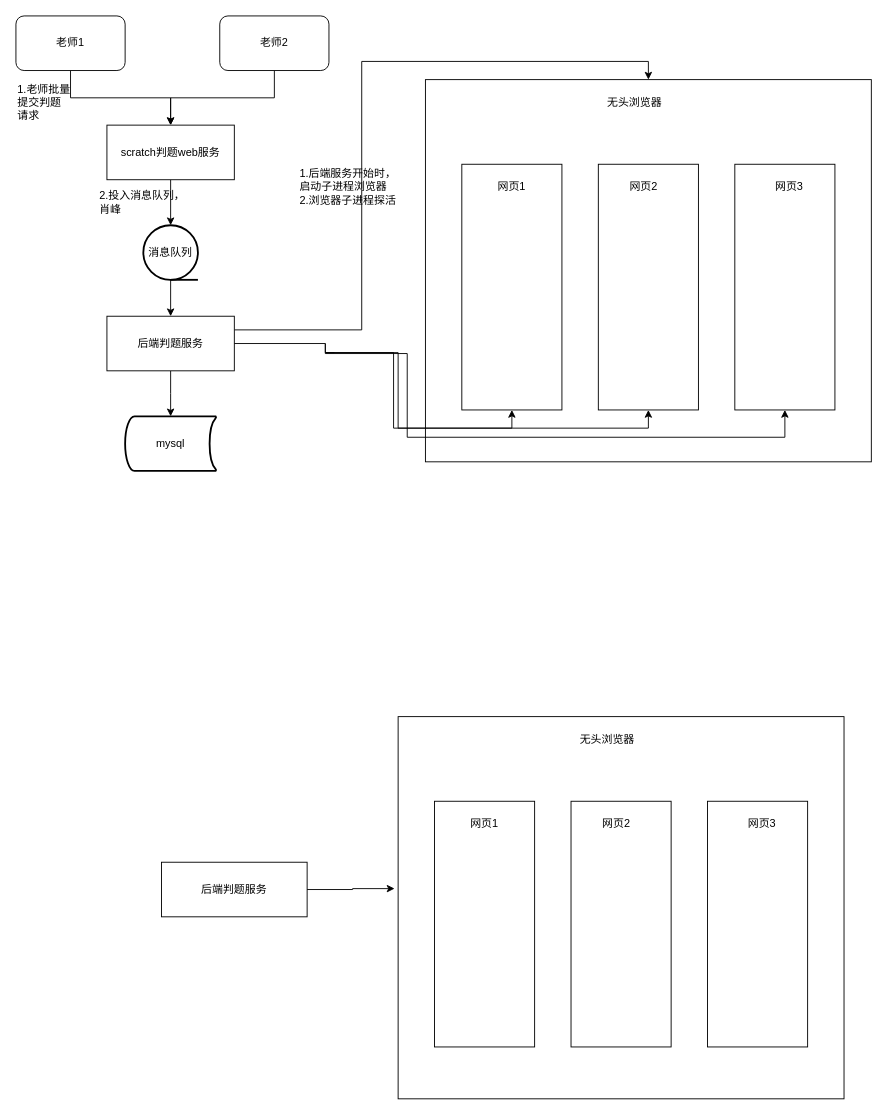
This is scratch后端判题.drawio from xiell2016/hetaoDesign, a draw.io file, before an edit. Source tidied: cells renumbered, new cells numbered last; positions are measured from the earlier drawing's top-left corner, leaving out a move shared by most shapes. Both pictures are drawn from the tidied source at 91%, with x=0, y=0 at pixel (15, 15).
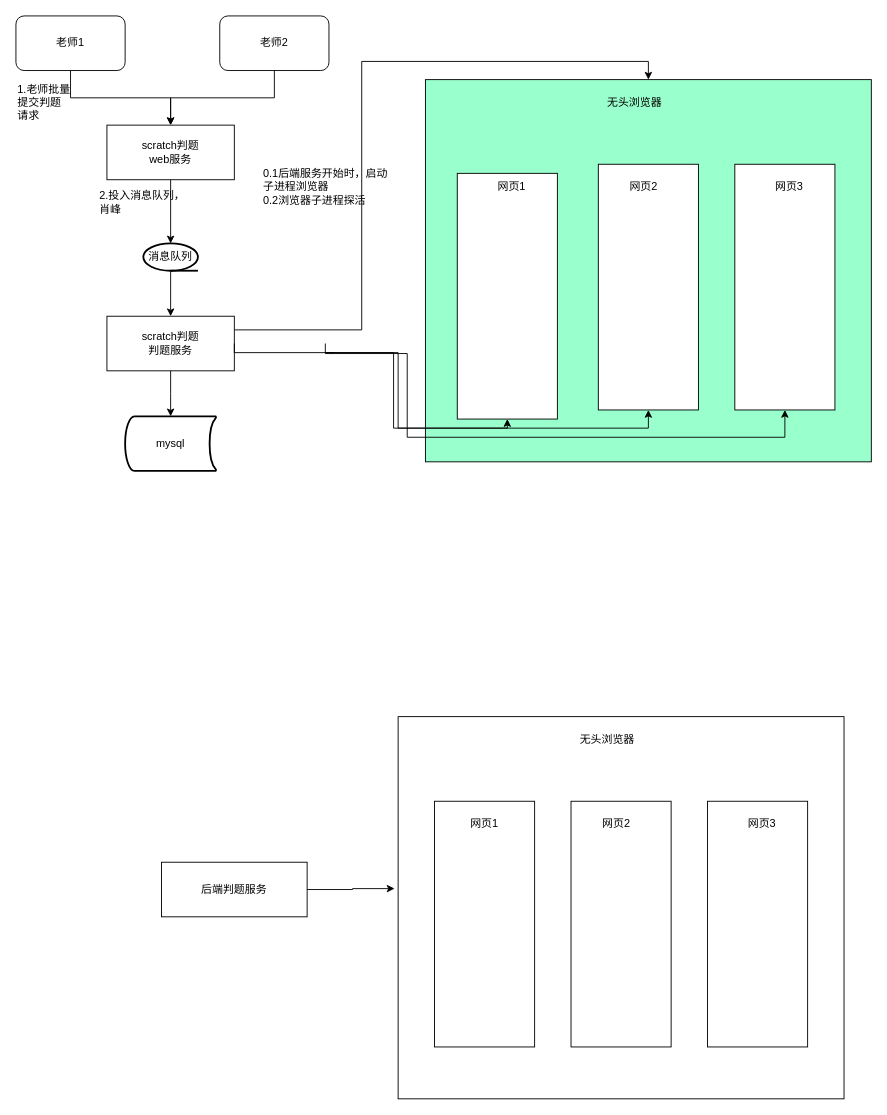
The same page after the edit.

Commit message:
更新scratch后端判题.drawio

The edit, as a diff of the source:
```diff
@@
     <mxCell id="3" value="消息队列" style="strokeWidth=2;html=1;shape=mxgraph.flowchart.sequential_data;whiteSpace=wrap;" parent="1" vertex="1">
-      <mxGeometry x="140" y="230" width="60" height="60" as="geometry" />
+      <mxGeometry x="140" y="250" width="60" height="30" as="geometry" />
     </mxCell>
@@
-    <mxCell id="9" value="scratch判题web服务" style="rounded=0;whiteSpace=wrap;html=1;" parent="1" vertex="1">
+    <mxCell id="9" value="scratch判题&lt;br&gt;web服务" style="rounded=0;whiteSpace=wrap;html=1;" parent="1" vertex="1">
       <mxGeometry x="100" y="120" width="140" height="60" as="geometry" />
     </mxCell>
@@
-    <mxCell id="12" value="后端判题服务" style="rounded=0;whiteSpace=wrap;html=1;" parent="1" vertex="1">
+    <mxCell id="12" value="scratch判题&lt;br&gt;判题服务" style="rounded=0;whiteSpace=wrap;html=1;" parent="1" vertex="1">
       <mxGeometry x="100" y="330" width="140" height="60" as="geometry" />
     </mxCell>
-    <mxCell id="13" style="rounded=0;whiteSpace=wrap;html=1;" parent="1" vertex="1">
+    <mxCell id="13" style="rounded=0;whiteSpace=wrap;html=1;fillColor=#99FFCC;" parent="1" vertex="1">
       <mxGeometry x="450" y="70" width="490" height="420" as="geometry" />
     </mxCell>
@@
     <mxCell id="15" style="rounded=0;whiteSpace=wrap;html=1;" parent="1" vertex="1">
-      <mxGeometry x="490" y="163" width="110" height="270" as="geometry" />
+      <mxGeometry x="485" y="173" width="110" height="270" as="geometry" />
     </mxCell>
@@
-    <mxCell id="35" value="1.后端服务开始时，启动子进程浏览器&lt;br&gt;2.浏览器子进程探活" style="text;html=1;strokeColor=none;fillColor=none;align=left;verticalAlign=middle;whiteSpace=wrap;rounded=0;" parent="1" vertex="1">
-      <mxGeometry x="310" y="163" width="110" height="50" as="geometry" />
+    <mxCell id="35" value="0.1后端服务开始时，启动子进程浏览器&lt;br&gt;0.2浏览器子进程探活" style="text;html=1;strokeColor=none;fillColor=none;align=left;verticalAlign=middle;whiteSpace=wrap;rounded=0;" parent="1" vertex="1">
+      <mxGeometry x="270" y="163" width="150" height="50" as="geometry" />
     </mxCell>
```
